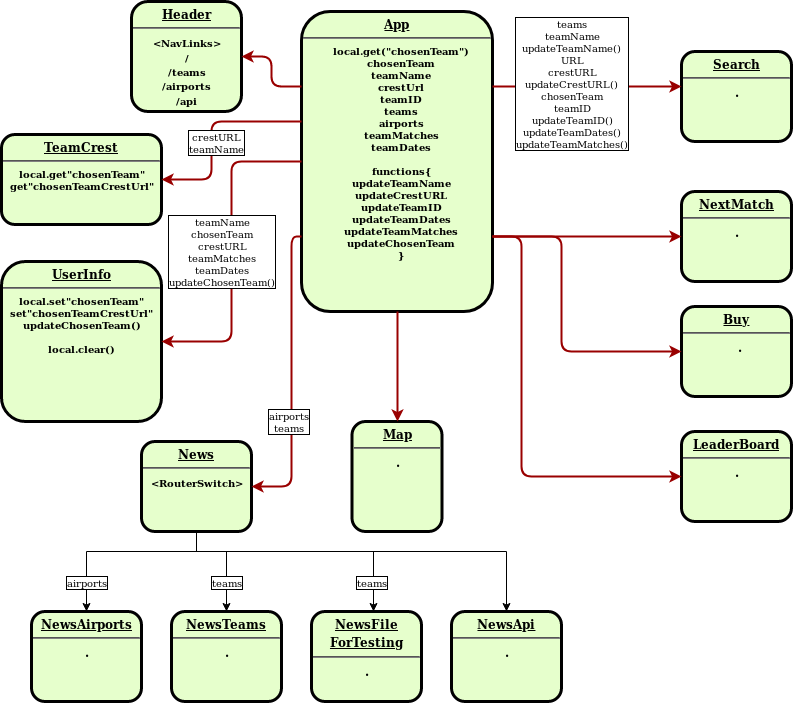
The draw.io diagram images/ReactNodes.png in cph-ms782/SemesterProjekt_Backend, before a commit. Source tidied: cells renumbered, new cells last; positions are measured from the earlier drawing's top-left corner, leaving out a move shared by most shapes.
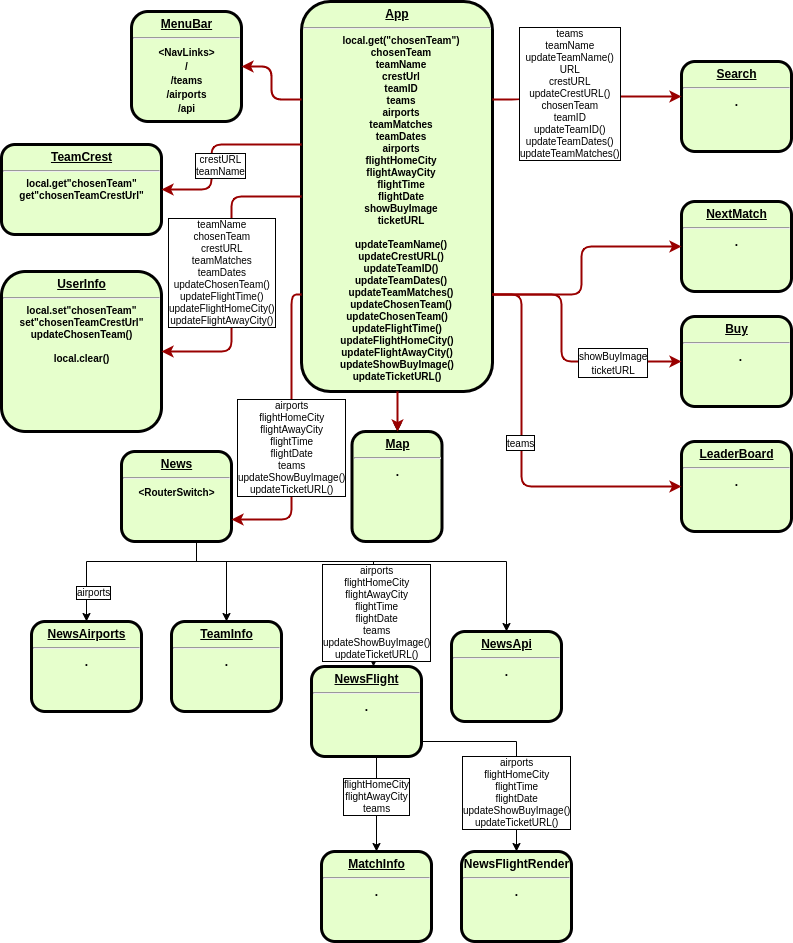
The same diagram one commit later.

Change to the diagram source:
```diff
@@ -7,6 +7,11 @@
     </mxCell>
+    <mxCell id="36" style="edgeStyle=orthogonalEdgeStyle;rounded=0;jettySize=auto;html=1;" parent="1" edge="1" target="24">
+      <mxGeometry relative="1" as="geometry">
+        <mxPoint x="396" y="380" as="sourcePoint" />
+      </mxGeometry>
+    </mxCell>
-    <mxCell id="3" value="&lt;p style=&quot;margin: 4px 0px 0px ; text-decoration: underline&quot; align=&quot;center&quot;&gt;&lt;strong&gt;App&lt;br&gt;&lt;/strong&gt;&lt;/p&gt;&lt;hr align=&quot;center&quot;&gt;&lt;p style=&quot;margin: 0px 0px 0px 8px ; font-size: 10px&quot; align=&quot;center&quot;&gt;&lt;font style=&quot;font-size: 10px&quot;&gt;local.get(&quot;chosenTeam&quot;)&lt;br&gt;&lt;/font&gt;&lt;/p&gt;&lt;p style=&quot;margin: 0px 0px 0px 8px ; font-size: 10px&quot; align=&quot;center&quot;&gt;&lt;font style=&quot;font-size: 10px&quot;&gt;chosenTeam&lt;/font&gt;&lt;/p&gt;&lt;p style=&quot;margin: 0px 0px 0px 8px ; font-size: 10px&quot; align=&quot;center&quot;&gt;&lt;font style=&quot;font-size: 10px&quot;&gt;teamName&lt;/font&gt;&lt;/p&gt;&lt;p style=&quot;margin: 0px 0px 0px 8px ; font-size: 10px&quot; align=&quot;center&quot;&gt;&lt;font style=&quot;font-size: 10px&quot;&gt;crestUrl&lt;/font&gt;&lt;/p&gt;&lt;p style=&quot;margin: 0px 0px 0px 8px ; font-size: 10px&quot; align=&quot;center&quot;&gt;&lt;font style=&quot;font-size: 10px&quot;&gt;teamID&lt;/font&gt;&lt;/p&gt;&lt;p style=&quot;margin: 0px 0px 0px 8px ; font-size: 10px&quot; align=&quot;center&quot;&gt;&lt;font style=&quot;font-size: 10px&quot;&gt;teams&lt;/font&gt;&lt;/p&gt;&lt;p style=&quot;margin: 0px 0px 0px 8px ; font-size: 10px&quot; align=&quot;center&quot;&gt;&lt;font style=&quot;font-size: 10px&quot;&gt;airports&lt;/font&gt;&lt;/p&gt;&lt;p style=&quot;margin: 0px 0px 0px 8px ; font-size: 10px&quot; align=&quot;center&quot;&gt;&lt;font style=&quot;font-size: 10px&quot;&gt;teamMatches&lt;/font&gt;&lt;/p&gt;&lt;p style=&quot;margin: 0px 0px 0px 8px ; font-size: 10px&quot; align=&quot;center&quot;&gt;&lt;font style=&quot;font-size: 10px&quot;&gt;teamDates&lt;/font&gt;&lt;/p&gt;&lt;p style=&quot;margin: 0px 0px 0px 8px ; font-size: 10px&quot; align=&quot;center&quot;&gt;&lt;font style=&quot;font-size: 10px&quot;&gt;&lt;br&gt;&lt;/font&gt;&lt;/p&gt;&lt;p style=&quot;margin: 0px 0px 0px 8px ; font-size: 10px&quot; align=&quot;center&quot;&gt;&lt;font style=&quot;font-size: 10px&quot;&gt;functions{&lt;/font&gt;&lt;/p&gt;&lt;p style=&quot;margin: 0px 0px 0px 8px ; font-size: 10px&quot; align=&quot;center&quot;&gt;&lt;font style=&quot;font-size: 10px&quot;&gt;updateTeamName&lt;/font&gt;&lt;/p&gt;&lt;p style=&quot;margin: 0px 0px 0px 8px ; font-size: 10px&quot; align=&quot;center&quot;&gt;&lt;font style=&quot;font-size: 10px&quot;&gt;updateCrestURL&lt;/font&gt;&lt;/p&gt;&lt;p style=&quot;margin: 0px 0px 0px 8px ; font-size: 10px&quot; align=&quot;center&quot;&gt;&lt;font style=&quot;font-size: 10px&quot;&gt;updateTeamID&lt;/font&gt;&lt;/p&gt;&lt;p style=&quot;margin: 0px 0px 0px 8px ; font-size: 10px&quot; align=&quot;center&quot;&gt;&lt;font style=&quot;font-size: 10px&quot;&gt;updateTeamDates&lt;/font&gt;&lt;/p&gt;&lt;p style=&quot;margin: 0px 0px 0px 8px ; font-size: 10px&quot; align=&quot;center&quot;&gt;&lt;font style=&quot;font-size: 10px&quot;&gt;updateTeamMatches&lt;/font&gt;&lt;/p&gt;&lt;p style=&quot;margin: 0px 0px 0px 8px ; font-size: 10px&quot; align=&quot;center&quot;&gt;&lt;font style=&quot;font-size: 10px&quot;&gt;updateChosenTeam&lt;/font&gt;&lt;/p&gt;&lt;p style=&quot;margin: 0px 0px 0px 8px ; font-size: 10px&quot; align=&quot;center&quot;&gt;&lt;font style=&quot;font-size: 10px&quot;&gt;}&lt;/font&gt;&lt;font style=&quot;font-size: 10px&quot;&gt;&lt;br&gt;&lt;/font&gt;&lt;/p&gt;" style="verticalAlign=middle;align=center;overflow=fill;fontSize=12;fontFamily=Helvetica;html=1;rounded=1;fontStyle=1;strokeWidth=3;fillColor=#E6FFCC;" parent="1" vertex="1">
-      <mxGeometry x="300" y="10" width="191" height="300" as="geometry" />
+    <mxCell id="3" value="&lt;p style=&quot;margin: 4px 0px 0px ; text-decoration: underline&quot; align=&quot;center&quot;&gt;&lt;strong&gt;App&lt;br&gt;&lt;/strong&gt;&lt;/p&gt;&lt;hr align=&quot;center&quot;&gt;&lt;p style=&quot;margin: 0px 0px 0px 8px ; font-size: 10px&quot; align=&quot;center&quot;&gt;&lt;font style=&quot;font-size: 10px&quot;&gt;local.get(&quot;chosenTeam&quot;)&lt;br&gt;&lt;/font&gt;&lt;/p&gt;&lt;p style=&quot;margin: 0px 0px 0px 8px ; font-size: 10px&quot; align=&quot;center&quot;&gt;&lt;font style=&quot;font-size: 10px&quot;&gt;chosenTeam&lt;/font&gt;&lt;/p&gt;&lt;p style=&quot;margin: 0px 0px 0px 8px ; font-size: 10px&quot; align=&quot;center&quot;&gt;&lt;font style=&quot;font-size: 10px&quot;&gt;teamName&lt;/font&gt;&lt;/p&gt;&lt;p style=&quot;margin: 0px 0px 0px 8px ; font-size: 10px&quot; align=&quot;center&quot;&gt;&lt;font style=&quot;font-size: 10px&quot;&gt;crestUrl&lt;/font&gt;&lt;/p&gt;&lt;p style=&quot;margin: 0px 0px 0px 8px ; font-size: 10px&quot; align=&quot;center&quot;&gt;&lt;font style=&quot;font-size: 10px&quot;&gt;teamID&lt;/font&gt;&lt;/p&gt;&lt;p style=&quot;margin: 0px 0px 0px 8px ; font-size: 10px&quot; align=&quot;center&quot;&gt;&lt;font style=&quot;font-size: 10px&quot;&gt;teams&lt;/font&gt;&lt;/p&gt;&lt;p style=&quot;margin: 0px 0px 0px 8px ; font-size: 10px&quot; align=&quot;center&quot;&gt;&lt;font style=&quot;font-size: 10px&quot;&gt;airports&lt;/font&gt;&lt;/p&gt;&lt;p style=&quot;margin: 0px 0px 0px 8px ; font-size: 10px&quot; align=&quot;center&quot;&gt;&lt;font style=&quot;font-size: 10px&quot;&gt;teamMatches&lt;/font&gt;&lt;/p&gt;&lt;p style=&quot;margin: 0px 0px 0px 8px ; font-size: 10px&quot; align=&quot;center&quot;&gt;&lt;font style=&quot;font-size: 10px&quot;&gt;teamDates&lt;/font&gt;&lt;/p&gt;&lt;p style=&quot;margin: 0px 0px 0px 8px ; font-size: 10px&quot; align=&quot;center&quot;&gt;&lt;font style=&quot;font-size: 10px&quot;&gt;airports&lt;/font&gt;&lt;/p&gt;&lt;p style=&quot;margin: 0px 0px 0px 8px ; font-size: 10px&quot; align=&quot;center&quot;&gt;&lt;font style=&quot;font-size: 10px&quot;&gt;flightHomeCity&lt;/font&gt;&lt;/p&gt;&lt;p style=&quot;margin: 0px 0px 0px 8px ; font-size: 10px&quot; align=&quot;center&quot;&gt;&lt;font style=&quot;font-size: 10px&quot;&gt;flightAwayCity&lt;/font&gt;&lt;/p&gt;&lt;p style=&quot;margin: 0px 0px 0px 8px ; font-size: 10px&quot; align=&quot;center&quot;&gt;flightTime&lt;/p&gt;&lt;p style=&quot;margin: 0px 0px 0px 8px ; font-size: 10px&quot; align=&quot;center&quot;&gt;flightDate&lt;/p&gt;&lt;p style=&quot;margin: 0px 0px 0px 8px ; font-size: 10px&quot; align=&quot;center&quot;&gt;showBuyImage&lt;/p&gt;&lt;p style=&quot;margin: 0px 0px 0px 8px ; font-size: 10px&quot; align=&quot;center&quot;&gt;ticketURL&lt;/p&gt;&lt;p style=&quot;margin: 0px 0px 0px 8px ; font-size: 10px&quot; align=&quot;center&quot;&gt;&lt;font style=&quot;font-size: 10px&quot;&gt;&lt;br&gt;&lt;/font&gt;&lt;/p&gt;&lt;p style=&quot;margin: 0px 0px 0px 8px ; font-size: 10px&quot; align=&quot;center&quot;&gt;&lt;span&gt;updateTeamName()&lt;/span&gt;&lt;br&gt;&lt;/p&gt;&lt;p style=&quot;margin: 0px 0px 0px 8px ; font-size: 10px&quot; align=&quot;center&quot;&gt;&lt;font style=&quot;font-size: 10px&quot;&gt;updateCrestURL()&lt;/font&gt;&lt;/p&gt;&lt;p style=&quot;margin: 0px 0px 0px 8px ; font-size: 10px&quot; align=&quot;center&quot;&gt;&lt;font style=&quot;font-size: 10px&quot;&gt;updateTeamID()&lt;/font&gt;&lt;/p&gt;&lt;p style=&quot;margin: 0px 0px 0px 8px ; font-size: 10px&quot; align=&quot;center&quot;&gt;&lt;font style=&quot;font-size: 10px&quot;&gt;updateTeamDates()&lt;/font&gt;&lt;/p&gt;&lt;p style=&quot;margin: 0px 0px 0px 8px ; font-size: 10px&quot; align=&quot;center&quot;&gt;&lt;font style=&quot;font-size: 10px&quot;&gt;updateTeamMatches()&lt;/font&gt;&lt;/p&gt;&lt;p style=&quot;margin: 0px 0px 0px 8px ; font-size: 10px&quot; align=&quot;center&quot;&gt;&lt;font style=&quot;font-size: 10px&quot;&gt;updateChosenTeam()&lt;/font&gt;&lt;/p&gt;&lt;div style=&quot;font-size: 10px&quot;&gt;updateChosenTeam()&lt;br&gt;&lt;/div&gt;&lt;div style=&quot;font-size: 10px&quot;&gt;updateFlightTime()&lt;/div&gt;&lt;div style=&quot;font-size: 10px&quot;&gt;updateFlightHomeCity()&lt;/div&gt;&lt;div style=&quot;font-size: 10px&quot;&gt;updateFlightAwayCity()&lt;/div&gt;&lt;div style=&quot;font-size: 10px&quot;&gt;updateShowBuyImage()&lt;/div&gt;&lt;div style=&quot;font-size: 10px&quot;&gt;updateTicketURL()&lt;/div&gt;&lt;p style=&quot;margin: 0px 0px 0px 8px ; font-size: 10px&quot; align=&quot;center&quot;&gt;&lt;font style=&quot;font-size: 10px&quot;&gt;&lt;br&gt;&lt;/font&gt;&lt;/p&gt;" style="verticalAlign=middle;align=center;overflow=fill;fontSize=12;fontFamily=Helvetica;html=1;rounded=1;fontStyle=1;strokeWidth=3;fillColor=#E6FFCC;" parent="1" vertex="1">
+      <mxGeometry x="300" y="-10" width="191" height="390" as="geometry" />
     </mxCell>
-    <mxCell id="4" value="&lt;p style=&quot;margin: 0px ; margin-top: 4px ; text-align: center ; text-decoration: underline&quot;&gt;&lt;strong&gt;&lt;strong&gt;Header&lt;/strong&gt;&lt;br&gt;&lt;/strong&gt;&lt;/p&gt;&lt;hr&gt;&lt;div&gt;&lt;font style=&quot;font-size: 10px&quot;&gt;&amp;lt;NavLinks&amp;gt;&lt;/font&gt;&lt;/div&gt;&lt;div&gt;&lt;font style=&quot;font-size: 10px&quot;&gt;/&lt;/font&gt;&lt;/div&gt;&lt;div&gt;&lt;font style=&quot;font-size: 10px&quot;&gt;/teams&lt;/font&gt;&lt;/div&gt;&lt;div&gt;&lt;font style=&quot;font-size: 10px&quot;&gt;/airports&lt;/font&gt;&lt;/div&gt;&lt;div&gt;&lt;font style=&quot;font-size: 10px&quot;&gt;/api&lt;br&gt;&lt;/font&gt;&lt;/div&gt;" style="verticalAlign=middle;align=center;overflow=fill;fontSize=12;fontFamily=Helvetica;html=1;rounded=1;fontStyle=1;strokeWidth=3;fillColor=#E6FFCC;" parent="1" vertex="1">
+    <mxCell id="4" value="&lt;p style=&quot;margin: 0px ; margin-top: 4px ; text-align: center ; text-decoration: underline&quot;&gt;&lt;strong&gt;MenuBar&lt;/strong&gt;&lt;/p&gt;&lt;hr&gt;&lt;div&gt;&lt;font style=&quot;font-size: 10px&quot;&gt;&amp;lt;NavLinks&amp;gt;&lt;/font&gt;&lt;/div&gt;&lt;div&gt;&lt;font style=&quot;font-size: 10px&quot;&gt;/&lt;/font&gt;&lt;/div&gt;&lt;div&gt;&lt;font style=&quot;font-size: 10px&quot;&gt;/teams&lt;/font&gt;&lt;/div&gt;&lt;div&gt;&lt;font style=&quot;font-size: 10px&quot;&gt;/airports&lt;/font&gt;&lt;/div&gt;&lt;div&gt;&lt;font style=&quot;font-size: 10px&quot;&gt;/api&lt;br&gt;&lt;/font&gt;&lt;/div&gt;" style="verticalAlign=middle;align=center;overflow=fill;fontSize=12;fontFamily=Helvetica;html=1;rounded=1;fontStyle=1;strokeWidth=3;fillColor=#E6FFCC;" parent="1" vertex="1">
       <mxGeometry x="130" width="110" height="110" as="geometry" />
@@ -61,5 +66,5 @@
     </mxCell>
-    <mxCell id="12" value="teams" style="text;html=1;align=center;verticalAlign=middle;labelBackgroundColor=#FFFFFF;labelBorderColor=#000000;fontSize=10;" parent="11" vertex="1">
+    <mxCell id="12" value="&lt;font style=&quot;font-size: 10px&quot;&gt;airports&lt;br&gt;flightHomeCity&lt;br class=&quot;Apple-interchange-newline&quot;&gt;flightAwayCity&lt;br&gt;flightTime&lt;br&gt;flightDate&lt;br&gt;teams&lt;br&gt;updateShowBuyImage()&lt;br class=&quot;Apple-interchange-newline&quot;&gt;updateTicketURL()&lt;br&gt;&lt;/font&gt;" style="text;html=1;align=center;verticalAlign=middle;labelBackgroundColor=#FFFFFF;labelBorderColor=#000000;fontSize=10;" parent="11" vertex="1">
       <mxGeometry x="0.71" relative="1" as="geometry">
-        <mxPoint x="-2" y="7" as="offset" />
+        <mxPoint x="3" y="-9" as="offset" />
       </mxGeometry>
@@ -74,9 +79,4 @@
     </mxCell>
-    <mxCell id="14" value="teams" style="text;html=1;align=center;verticalAlign=middle;labelBackgroundColor=#FFFFFF;labelBorderColor=#000000;fontSize=10;" parent="13" vertex="1">
-      <mxGeometry x="0.51" y="4" relative="1" as="geometry">
-        <mxPoint x="-4" y="-3" as="offset" />
-      </mxGeometry>
-    </mxCell>
     <mxCell id="15" value="&lt;p style=&quot;margin: 0px ; margin-top: 4px ; text-align: center ; text-decoration: underline&quot;&gt;&lt;strong&gt;News&lt;br&gt;&lt;/strong&gt;&lt;/p&gt;&lt;hr&gt;&lt;font style=&quot;font-size: 10px&quot;&gt;&amp;lt;RouterSwitch&amp;gt;&lt;/font&gt;" style="verticalAlign=middle;align=center;overflow=fill;fontSize=12;fontFamily=Helvetica;html=1;rounded=1;fontStyle=1;strokeWidth=3;fillColor=#E6FFCC;" parent="1" vertex="1">
-      <mxGeometry x="140" y="440" width="110" height="90" as="geometry" />
+      <mxGeometry x="120" y="440" width="110" height="90" as="geometry" />
     </mxCell>
@@ -133,3 +133,3 @@
     </mxCell>
-    <mxCell id="26" value="&lt;div style=&quot;font-size: 10px;&quot;&gt;teamName&lt;/div&gt;&lt;div style=&quot;font-size: 10px;&quot;&gt;chosenTeam&lt;/div&gt;&lt;div style=&quot;font-size: 10px;&quot;&gt;crestURL&lt;/div&gt;&lt;div style=&quot;font-size: 10px;&quot;&gt;teamMatches&lt;/div&gt;&lt;div style=&quot;font-size: 10px;&quot;&gt;teamDates&lt;/div&gt;&lt;div style=&quot;font-size: 10px;&quot;&gt;updateChosenTeam()&lt;br style=&quot;font-size: 10px;&quot;&gt;&lt;/div&gt;" style="text;html=1;align=center;verticalAlign=middle;labelBackgroundColor=#FFFFFF;labelBorderColor=#000000;fontSize=10;" parent="25" vertex="1">
+    <mxCell id="26" value="&lt;div style=&quot;font-size: 10px&quot;&gt;teamName&lt;/div&gt;&lt;div style=&quot;font-size: 10px&quot;&gt;chosenTeam&lt;/div&gt;&lt;div style=&quot;font-size: 10px&quot;&gt;crestURL&lt;/div&gt;&lt;div style=&quot;font-size: 10px&quot;&gt;teamMatches&lt;/div&gt;&lt;div style=&quot;font-size: 10px&quot;&gt;teamDates&lt;/div&gt;&lt;div style=&quot;font-size: 10px&quot;&gt;updateChosenTeam()&lt;br style=&quot;font-size: 10px&quot;&gt;&lt;/div&gt;&lt;div style=&quot;font-size: 10px&quot;&gt;updateFlightTime()&lt;/div&gt;&lt;div style=&quot;font-size: 10px&quot;&gt;updateFlightHomeCity()&lt;/div&gt;&lt;div style=&quot;font-size: 10px&quot;&gt;updateFlightAwayCity()&lt;/div&gt;" style="text;html=1;align=center;verticalAlign=middle;labelBackgroundColor=#FFFFFF;labelBorderColor=#000000;fontSize=10;" parent="25" vertex="1">
       <mxGeometry x="0.12" relative="1" as="geometry">
@@ -138,3 +138,3 @@
     </mxCell>
-    <mxCell id="27" style="edgeStyle=elbowEdgeStyle;elbow=horizontal;strokeColor=#990000;strokeWidth=2;entryX=1;entryY=0.5;entryDx=0;entryDy=0;exitX=0;exitY=0.75;exitDx=0;exitDy=0;" parent="1" edge="1" source="3" target="15">
+    <mxCell id="27" style="edgeStyle=elbowEdgeStyle;elbow=horizontal;strokeColor=#990000;strokeWidth=2;entryX=1;entryY=0.75;entryDx=0;entryDy=0;exitX=0;exitY=0.75;exitDx=0;exitDy=0;" parent="1" edge="1" source="3" target="15">
       <mxGeometry relative="1" as="geometry">
@@ -152,4 +152,6 @@
     </mxCell>
-    <mxCell id="28" value="&lt;div style=&quot;font-size: 10px;&quot;&gt;airports&lt;/div&gt;&lt;div style=&quot;font-size: 10px;&quot;&gt;teams&lt;br style=&quot;font-size: 10px;&quot;&gt;&lt;/div&gt;" style="text;html=1;align=center;verticalAlign=middle;labelBackgroundColor=#FFFFFF;labelBorderColor=#000000;fontSize=10;" parent="27" vertex="1">
-      <mxGeometry x="0.29" y="-3" relative="1" as="geometry" />
+    <mxCell id="28" value="&lt;div style=&quot;font-size: 10px&quot;&gt;&lt;span&gt;airports&lt;/span&gt;&lt;br&gt;&lt;span&gt;flightHomeCity&lt;/span&gt;&lt;/div&gt;&lt;div style=&quot;font-size: 10px&quot;&gt;flightAwayCity&lt;br&gt;&lt;span&gt;flightTime&lt;/span&gt;&lt;br&gt;&lt;span&gt;flightDate&lt;/span&gt;&lt;br&gt;&lt;/div&gt;&lt;div style=&quot;font-size: 10px&quot;&gt;teams&lt;br style=&quot;font-size: 10px&quot;&gt;&lt;/div&gt;&lt;div style=&quot;font-size: 10px&quot;&gt;updateShowBuyImage()&lt;br&gt;&lt;/div&gt;&lt;div style=&quot;font-size: 10px&quot;&gt;updateTicketURL()&lt;/div&gt;" style="text;html=1;align=center;verticalAlign=middle;labelBackgroundColor=#FFFFFF;labelBorderColor=#000000;fontSize=10;" parent="27" vertex="1">
+      <mxGeometry x="0.29" y="-3" relative="1" as="geometry">
+        <mxPoint x="3" y="-29" as="offset" />
+      </mxGeometry>
     </mxCell>
@@ -158,4 +160,3 @@
         <Array as="points">
-          <mxPoint x="396" y="360" />
-          <mxPoint x="410" y="360" />
+          <mxPoint x="396" y="400" />
           <mxPoint x="420" y="360" />
@@ -178,2 +179,5 @@
     </mxCell>
+    <mxCell id="14" value="&lt;font style=&quot;font-size: 10px&quot;&gt;teams&lt;/font&gt;" style="text;html=1;align=center;verticalAlign=middle;labelBackgroundColor=#ffffff;labelBorderColor=#000000;spacingLeft=1;" parent="30" vertex="1">
+      <mxGeometry x="-0.08" y="-2" relative="1" as="geometry" />
+    </mxCell>
     <mxCell id="31" style="edgeStyle=elbowEdgeStyle;elbow=horizontal;strokeColor=#990000;strokeWidth=2;exitX=1;exitY=0.75;exitDx=0;exitDy=0;entryX=0;entryY=0.5;entryDx=0;entryDy=0;" parent="1" edge="1" source="3" target="23">
@@ -187,2 +191,5 @@
     </mxCell>
+    <mxCell id="37" value="&lt;font style=&quot;font-size: 10px&quot;&gt;showBuyImage&lt;br&gt;ticketURL&lt;br&gt;&lt;/font&gt;" style="text;html=1;align=center;verticalAlign=middle;labelBackgroundColor=#ffffff;labelBorderColor=#000000;" parent="31" vertex="1">
+      <mxGeometry x="0.46" relative="1" as="geometry" />
+    </mxCell>
     <mxCell id="32" style="edgeStyle=elbowEdgeStyle;elbow=horizontal;strokeColor=#990000;strokeWidth=2;entryX=0;entryY=0.5;entryDx=0;entryDy=0;exitX=1;exitY=0.75;exitDx=0;exitDy=0;" parent="1" edge="1" source="3" target="22">
@@ -195,10 +202,42 @@
     </mxCell>
-    <mxCell id="33" value="&lt;p style=&quot;margin: 0px ; margin-top: 4px ; text-align: center ; text-decoration: underline&quot;&gt;&lt;strong&gt;NewsTeams&lt;br&gt;&lt;/strong&gt;&lt;/p&gt;&lt;hr&gt;." style="verticalAlign=middle;align=center;overflow=fill;fontSize=12;fontFamily=Helvetica;html=1;rounded=1;fontStyle=1;strokeWidth=3;fillColor=#E6FFCC;" parent="1" vertex="1">
+    <mxCell id="33" value="&lt;p style=&quot;margin: 0px ; margin-top: 4px ; text-align: center ; text-decoration: underline&quot;&gt;&lt;strong&gt;TeamInfo&lt;/strong&gt;&lt;/p&gt;&lt;hr&gt;." style="verticalAlign=middle;align=center;overflow=fill;fontSize=12;fontFamily=Helvetica;html=1;rounded=1;fontStyle=1;strokeWidth=3;fillColor=#E6FFCC;" parent="1" vertex="1">
       <mxGeometry x="170" y="610" width="110" height="90" as="geometry" />
     </mxCell>
+    <mxCell id="38" style="edgeStyle=orthogonalEdgeStyle;rounded=0;jettySize=auto;html=1;" parent="1" edge="1" source="34" target="43">
+      <mxGeometry relative="1" as="geometry">
+        <Array as="points">
+          <mxPoint x="375" y="730" />
+          <mxPoint x="515" y="730" />
+        </Array>
+      </mxGeometry>
+    </mxCell>
+    <mxCell id="39" value="&lt;font style=&quot;font-size: 10px;&quot;&gt;airports&lt;br style=&quot;font-size: 10px;&quot;&gt;flightHomeCity&lt;br style=&quot;font-size: 10px;&quot;&gt;flightTime&lt;br style=&quot;font-size: 10px;&quot;&gt;flightDate&lt;br style=&quot;font-size: 10px;&quot;&gt;&lt;/font&gt;&lt;span style=&quot;font-size: 10px;&quot;&gt;updateShowBuyImage()&lt;/span&gt;&lt;br class=&quot;Apple-interchange-newline&quot; style=&quot;font-size: 10px;&quot;&gt;&lt;span style=&quot;font-size: 10px;&quot;&gt;updateTicketURL()&lt;/span&gt;" style="text;html=1;align=center;verticalAlign=middle;labelBackgroundColor=#ffffff;labelBorderColor=#000000;fontSize=10;" parent="38" vertex="1">
+      <mxGeometry x="-0.34" y="-1" relative="1" as="geometry">
+        <mxPoint x="28" y="49" as="offset" />
+      </mxGeometry>
+    </mxCell>
+    <mxCell id="40" style="edgeStyle=orthogonalEdgeStyle;rounded=0;jettySize=auto;html=1;" parent="1" edge="1" source="34" target="42">
+      <mxGeometry relative="1" as="geometry">
+        <Array as="points">
+          <mxPoint x="375" y="790" />
+          <mxPoint x="375" y="790" />
+        </Array>
+      </mxGeometry>
+    </mxCell>
+    <mxCell id="41" value="flightHomeCity&lt;br class=&quot;Apple-interchange-newline&quot; style=&quot;font-size: 10px;&quot;&gt;&lt;span style=&quot;font-size: 10px;&quot;&gt;flightAwayCity&lt;/span&gt;&lt;br style=&quot;font-size: 10px;&quot;&gt;teams" style="text;html=1;align=center;verticalAlign=middle;labelBackgroundColor=#ffffff;labelBorderColor=#000000;fontSize=10;" parent="40" vertex="1">
+      <mxGeometry x="0.51" y="1" relative="1" as="geometry">
+        <mxPoint x="-1" y="-33" as="offset" />
+      </mxGeometry>
+    </mxCell>
-    <mxCell id="34" value="&lt;p style=&quot;margin: 0px ; margin-top: 4px ; text-align: center ; text-decoration: underline&quot;&gt;&lt;strong&gt;NewsFile&lt;/strong&gt;&lt;/p&gt;&lt;p style=&quot;margin: 0px ; margin-top: 4px ; text-align: center ; text-decoration: underline&quot;&gt;&lt;strong&gt;ForTesting&lt;br&gt;&lt;/strong&gt;&lt;/p&gt;&lt;hr&gt;." style="verticalAlign=middle;align=center;overflow=fill;fontSize=12;fontFamily=Helvetica;html=1;rounded=1;fontStyle=1;strokeWidth=3;fillColor=#E6FFCC;" parent="1" vertex="1">
-      <mxGeometry x="310" y="610" width="110" height="90" as="geometry" />
+    <mxCell id="34" value="&lt;p style=&quot;margin: 0px ; margin-top: 4px ; text-align: center ; text-decoration: underline&quot;&gt;&lt;strong&gt;NewsFlight&lt;/strong&gt;&lt;/p&gt;&lt;hr&gt;." style="verticalAlign=middle;align=center;overflow=fill;fontSize=12;fontFamily=Helvetica;html=1;rounded=1;fontStyle=1;strokeWidth=3;fillColor=#E6FFCC;" parent="1" vertex="1">
+      <mxGeometry x="310" y="655" width="110" height="90" as="geometry" />
     </mxCell>
+    <mxCell id="42" value="&lt;p style=&quot;margin: 0px ; margin-top: 4px ; text-align: center ; text-decoration: underline&quot;&gt;MatchInfo&lt;/p&gt;&lt;hr&gt;." style="verticalAlign=middle;align=center;overflow=fill;fontSize=12;fontFamily=Helvetica;html=1;rounded=1;fontStyle=1;strokeWidth=3;fillColor=#E6FFCC;direction=east;" parent="1" vertex="1">
+      <mxGeometry x="320" y="840" width="110" height="90" as="geometry" />
+    </mxCell>
+    <mxCell id="43" value="&lt;p style=&quot;margin: 4px 0px 0px&quot;&gt;&lt;strong&gt;NewsFlightRender&lt;/strong&gt;&lt;/p&gt;&lt;hr&gt;.&lt;p style=&quot;margin: 0px ; margin-top: 4px ; text-align: center ; text-decoration: underline&quot;&gt;&lt;/p&gt;" style="verticalAlign=middle;align=center;overflow=fill;fontSize=12;fontFamily=Helvetica;html=1;rounded=1;fontStyle=1;strokeWidth=3;fillColor=#E6FFCC;" parent="1" vertex="1">
+      <mxGeometry x="460" y="840" width="110" height="90" as="geometry" />
+    </mxCell>
     <mxCell id="35" value="&lt;p style=&quot;margin: 0px ; margin-top: 4px ; text-align: center ; text-decoration: underline&quot;&gt;&lt;strong&gt;NewsApi&lt;br&gt;&lt;/strong&gt;&lt;/p&gt;&lt;hr&gt;." style="verticalAlign=middle;align=center;overflow=fill;fontSize=12;fontFamily=Helvetica;html=1;rounded=1;fontStyle=1;strokeWidth=3;fillColor=#E6FFCC;" parent="1" vertex="1">
-      <mxGeometry x="450" y="610" width="110" height="90" as="geometry" />
+      <mxGeometry x="450" y="620" width="110" height="90" as="geometry" />
     </mxCell>
```
